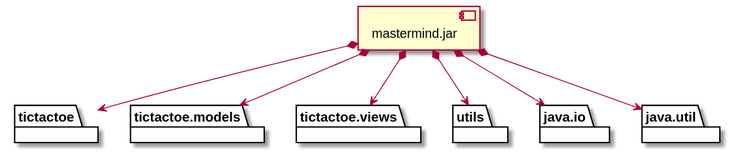
Before: docs/build/docs/asciidoc/images/diagramaImplementacion.svg, a diagram exported from PlantUML (x-USantaTecla-game-ticTacToe/java).
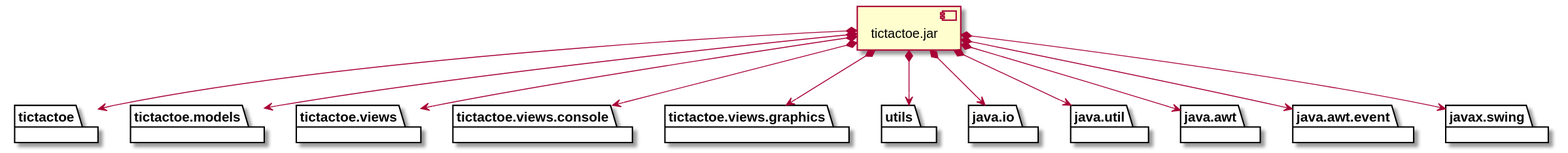
The same diagram one commit later.

Diff of the diagram source:
```diff
@@ -6,19 +6,34 @@
 }
 package "  "  as tictactoe.views {
 }
+package "  "  as tictactoe.views.console {
+}
+package "  "  as tictactoe.views.graphics {
+}
 package "  "  as utils {
 }
 package "  "  as java.io {
 }
 package "  "  as java.util {
 }
+package "  "  as java.awt {
+}
+package "  "  as java.awt.event {
+}
+package "  "  as javax.swing {
+}
 
-[mastermind.jar] as jar
+[tictactoe.jar] as jar
 
 jar *--> tictactoe
 jar *--> tictactoe.models
 jar *--> tictactoe.views
+jar *--> tictactoe.views.console
+jar *--> tictactoe.views.graphics
 jar *--> utils
 jar *--> java.io
 jar *--> java.util
+jar *--> java.awt
+jar *--> java.awt.event
+jar *--> javax.swing
 @enduml
```
